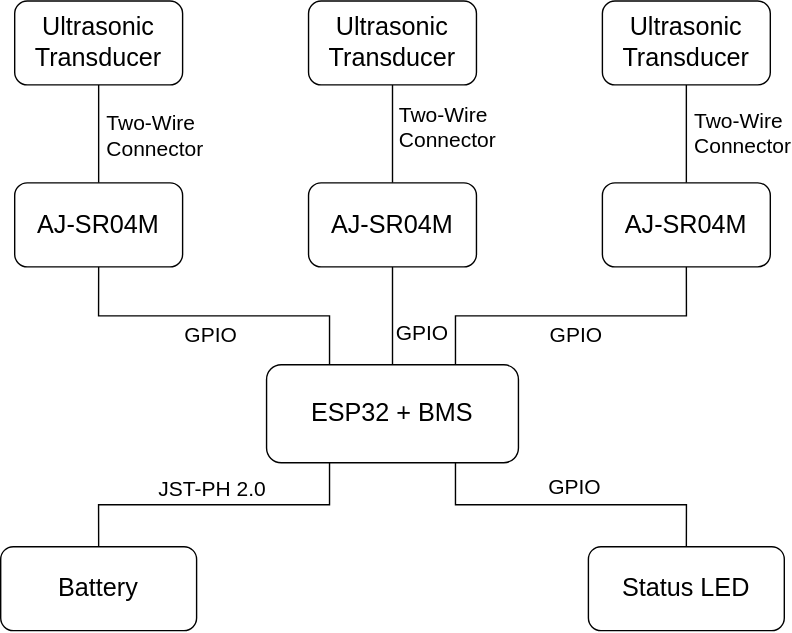
Earlier version of the draw.io export SailTrack Wind/hardware-diagram.svg (metisvela/sailtrack). Source tidied: cells renumbered, new cells last; positions are measured from the earlier drawing's top-left corner, leaving out a move shared by most shapes.
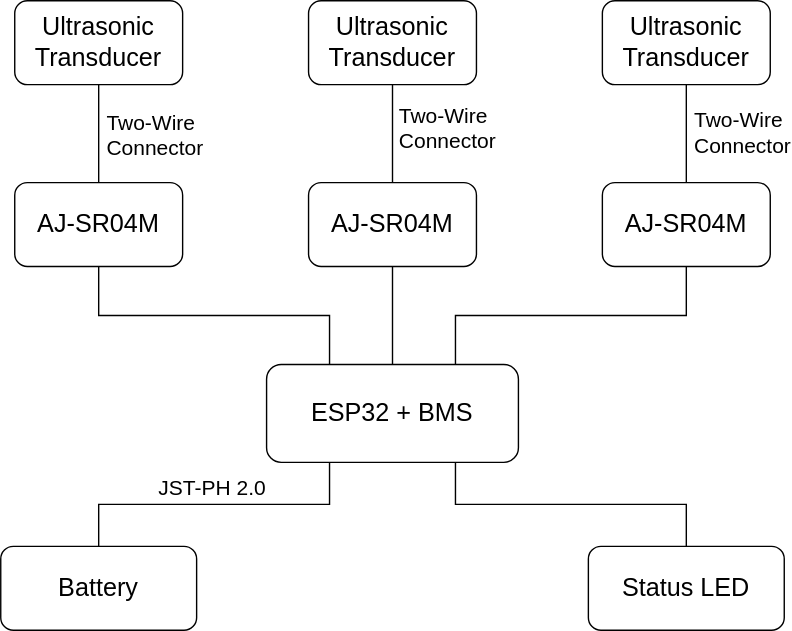
The same diagram one commit later.

Change to the diagram source:
```diff
@@ -36,33 +36,18 @@
     <mxCell id="11" style="edgeStyle=orthogonalEdgeStyle;rounded=0;jettySize=auto;html=1;exitX=0.5;exitY=1;exitDx=0;exitDy=0;entryX=0.25;entryY=0;entryDx=0;entryDy=0;endArrow=none;endFill=0;" parent="1" edge="1" source="13" target="20">
       <mxGeometry relative="1" as="geometry" />
     </mxCell>
-    <mxCell id="12" value="GPIO" style="edgeLabel;html=1;align=center;verticalAlign=top;fontSize=15;" parent="11" vertex="1">
-      <mxGeometry x="-0.17" y="-1" relative="1" as="geometry">
-        <mxPoint x="17" y="-3" as="offset" />
-      </mxGeometry>
-    </mxCell>
     <mxCell id="13" value="&lt;font style=&quot;font-size: 18px&quot;&gt;AJ-SR04M&lt;/font&gt;" style="rounded=1;whiteSpace=wrap;html=1;fontSize=16;" parent="1" vertex="1">
       <mxGeometry x="10" y="130" width="120" height="60" as="geometry" />
     </mxCell>
     <mxCell id="14" style="edgeStyle=orthogonalEdgeStyle;rounded=0;jettySize=auto;html=1;exitX=0.5;exitY=1;exitDx=0;exitDy=0;entryX=0.5;entryY=0;entryDx=0;entryDy=0;endArrow=none;endFill=0;" parent="1" edge="1" source="16" target="20">
       <mxGeometry relative="1" as="geometry" />
     </mxCell>
-    <mxCell id="15" value="GPIO" style="edgeLabel;html=1;align=center;verticalAlign=middle;fontSize=15;" parent="14" vertex="1">
-      <mxGeometry x="-0.06" y="3" relative="1" as="geometry">
-        <mxPoint x="17" y="13" as="offset" />
-      </mxGeometry>
-    </mxCell>
     <mxCell id="16" value="&lt;font style=&quot;font-size: 18px&quot;&gt;AJ-SR04M&lt;/font&gt;" style="rounded=1;whiteSpace=wrap;html=1;fontSize=16;" parent="1" vertex="1">
       <mxGeometry x="220" y="130" width="120" height="60" as="geometry" />
     </mxCell>
     <mxCell id="17" style="edgeStyle=orthogonalEdgeStyle;rounded=0;jettySize=auto;html=1;exitX=0.5;exitY=1;exitDx=0;exitDy=0;entryX=0.75;entryY=0;entryDx=0;entryDy=0;endArrow=none;endFill=0;" parent="1" edge="1" source="19" target="20">
       <mxGeometry relative="1" as="geometry" />
     </mxCell>
-    <mxCell id="18" value="GPIO" style="edgeLabel;html=1;align=center;verticalAlign=top;fontSize=15;" parent="17" vertex="1">
-      <mxGeometry x="0.08" y="3" relative="1" as="geometry">
-        <mxPoint x="12" y="-5" as="offset" />
-      </mxGeometry>
-    </mxCell>
     <mxCell id="19" value="&lt;font style=&quot;font-size: 18px&quot;&gt;AJ-SR04M&lt;/font&gt;" style="rounded=1;whiteSpace=wrap;html=1;fontSize=16;" parent="1" vertex="1">
       <mxGeometry x="430" y="130" width="120" height="60" as="geometry" />
     </mxCell>
@@ -83,9 +68,6 @@
     <mxCell id="24" style="edgeStyle=orthogonalEdgeStyle;rounded=0;jettySize=auto;html=1;exitX=0.5;exitY=0;exitDx=0;exitDy=0;entryX=0.75;entryY=1;entryDx=0;entryDy=0;endArrow=none;endFill=0;" parent="1" edge="1" source="26" target="20">
       <mxGeometry relative="1" as="geometry" />
     </mxCell>
-    <mxCell id="25" value="GPIO" style="edgeLabel;html=1;align=center;verticalAlign=bottom;fontSize=15;" parent="24" vertex="1">
-      <mxGeometry x="-0.01" y="-2" relative="1" as="geometry" />
-    </mxCell>
     <mxCell id="26" value="&lt;span style=&quot;font-size: 18px&quot;&gt;Status LED&lt;/span&gt;" style="rounded=1;whiteSpace=wrap;html=1;fontSize=16;" parent="1" vertex="1">
       <mxGeometry x="420" y="390" width="140" height="60" as="geometry" />
     </mxCell>
```
